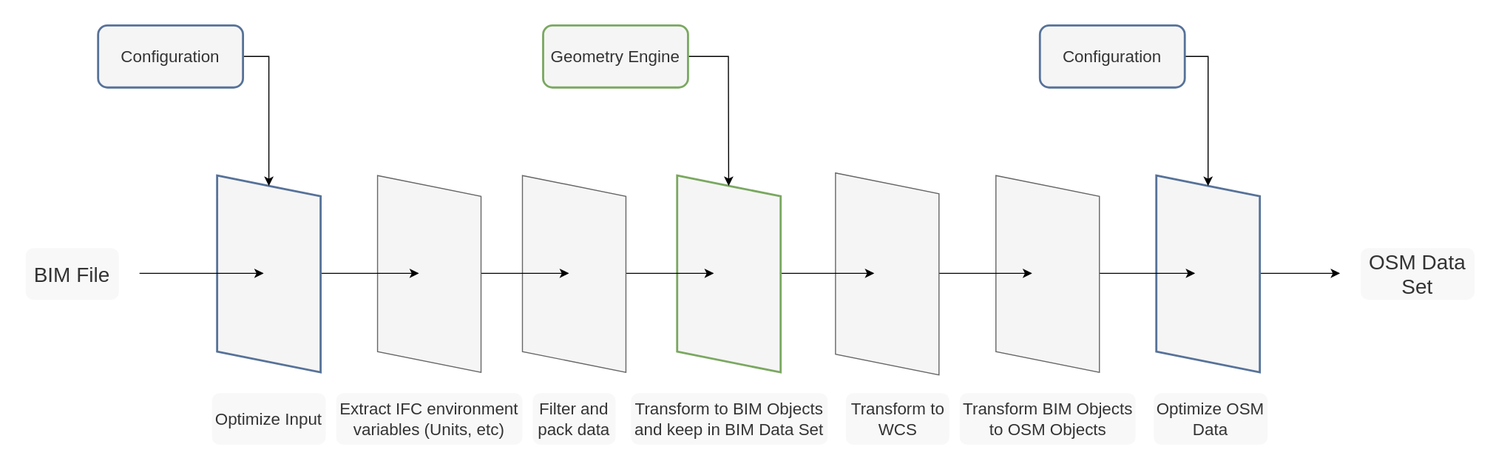
The draw.io diagram docs/parser_workflow.svg in rebeccasc/BIMtoOSM, before a commit. Source tidied: cells renumbered, new cells last; positions are measured from the earlier drawing's top-left corner, leaving out a move shared by most shapes. Its diagram source:
```xml
<mxGraphModel>
  <root>
    <mxCell id="0" />
    <mxCell id="1" parent="0" />
    <mxCell id="2" value="&lt;div style=&quot;font-size: 16px&quot;&gt;&lt;font style=&quot;font-size: 16px&quot;&gt;Extract IFC environment &lt;br&gt;&lt;/font&gt;&lt;/div&gt;&lt;div style=&quot;font-size: 16px&quot;&gt;&lt;font style=&quot;font-size: 16px&quot;&gt;variables (Units, etc)&lt;/font&gt;&lt;/div&gt;" style="rounded=1;whiteSpace=wrap;html=1;fillColor=#f5f5f5;fontColor=#333333;strokeWidth=2;strokeColor=none;opacity=70;" parent="1" vertex="1">
      <mxGeometry x="300" y="355" width="180" height="50" as="geometry" />
    </mxCell>
    <mxCell id="3" value="&lt;font style=&quot;font-size: 16px&quot;&gt;Optimize Input&lt;/font&gt;" style="rounded=1;whiteSpace=wrap;html=1;fillColor=#f5f5f5;fontColor=#333333;strokeWidth=2;strokeColor=none;opacity=70;" parent="1" vertex="1">
      <mxGeometry x="180" y="355" width="110" height="50" as="geometry" />
    </mxCell>
    <mxCell id="4" style="endArrow=classic;html=1;" parent="1" edge="1">
      <mxGeometry relative="1" as="geometry">
        <mxPoint x="1150" y="239.4" as="sourcePoint" />
        <mxPoint x="1270" y="239.4" as="targetPoint" />
      </mxGeometry>
    </mxCell>
    <mxCell id="5" style="shape=parallelogram;perimeter=parallelogramPerimeter;whiteSpace=wrap;html=1;fixedSize=1;rotation=90;fillColor=#f5f5f5;fontColor=#333333;strokeWidth=2;perimeterSpacing=0;strokeColor=#567299;" parent="1" vertex="1">
      <mxGeometry x="1047.5" y="190" width="190" height="100" as="geometry" />
    </mxCell>
    <mxCell id="6" style="endArrow=classic;html=1;" parent="1" edge="1">
      <mxGeometry relative="1" as="geometry">
        <mxPoint x="1010" y="239.4" as="sourcePoint" />
        <mxPoint x="1130" y="239.4" as="targetPoint" />
      </mxGeometry>
    </mxCell>
    <mxCell id="7" style="shape=parallelogram;perimeter=parallelogramPerimeter;whiteSpace=wrap;html=1;fixedSize=1;rotation=90;fillColor=#f5f5f5;strokeColor=#666666;fontColor=#333333;" parent="1" vertex="1">
      <mxGeometry x="892.5" y="190" width="190" height="100" as="geometry" />
    </mxCell>
    <mxCell id="8" style="endArrow=classic;html=1;" parent="1" edge="1">
      <mxGeometry relative="1" as="geometry">
        <mxPoint x="852.5" y="239.4" as="sourcePoint" />
        <mxPoint x="972.5" y="239.4" as="targetPoint" />
      </mxGeometry>
    </mxCell>
    <mxCell id="9" style="shape=parallelogram;perimeter=parallelogramPerimeter;whiteSpace=wrap;html=1;fixedSize=1;rotation=90;fillColor=#f5f5f5;strokeColor=#666666;fontColor=#333333;" parent="1" vertex="1">
      <mxGeometry x="735" y="190" width="195" height="100" as="geometry" />
    </mxCell>
    <mxCell id="10" style="endArrow=classic;html=1;" parent="1" edge="1">
      <mxGeometry relative="1" as="geometry">
        <mxPoint x="700" y="239.4" as="sourcePoint" />
        <mxPoint x="820" y="239.4" as="targetPoint" />
      </mxGeometry>
    </mxCell>
    <mxCell id="11" style="shape=parallelogram;perimeter=parallelogramPerimeter;whiteSpace=wrap;html=1;fixedSize=1;rotation=90;fillColor=#f5f5f5;fontColor=#333333;perimeterSpacing=0;strokeWidth=2;strokeColor=#7AA860;" parent="1" vertex="1">
      <mxGeometry x="584.5" y="190" width="190" height="100" as="geometry" />
    </mxCell>
    <mxCell id="12" style="endArrow=classic;html=1;" parent="1" edge="1">
      <mxGeometry relative="1" as="geometry">
        <mxPoint x="545" y="239.4" as="sourcePoint" />
        <mxPoint x="665" y="239.4" as="targetPoint" />
      </mxGeometry>
    </mxCell>
    <mxCell id="13" style="shape=parallelogram;perimeter=parallelogramPerimeter;whiteSpace=wrap;html=1;fixedSize=1;rotation=90;fillColor=#f5f5f5;strokeColor=#666666;fontColor=#333333;" parent="1" vertex="1">
      <mxGeometry x="435" y="190" width="190" height="100" as="geometry" />
    </mxCell>
    <mxCell id="14" style="endArrow=classic;html=1;" parent="1" edge="1">
      <mxGeometry relative="1" as="geometry">
        <mxPoint x="405" y="239.4" as="sourcePoint" />
        <mxPoint x="525" y="239.4" as="targetPoint" />
      </mxGeometry>
    </mxCell>
    <mxCell id="15" style="shape=parallelogram;perimeter=parallelogramPerimeter;whiteSpace=wrap;html=1;fixedSize=1;rotation=90;fillColor=#f5f5f5;strokeColor=#666666;fontColor=#333333;" parent="1" vertex="1">
      <mxGeometry x="295" y="190" width="190" height="100" as="geometry" />
    </mxCell>
    <mxCell id="16" style="endArrow=classic;html=1;" parent="1" edge="1">
      <mxGeometry relative="1" as="geometry">
        <mxPoint x="260" y="239.4" as="sourcePoint" />
        <mxPoint x="380" y="239.4" as="targetPoint" />
      </mxGeometry>
    </mxCell>
    <mxCell id="17" style="shape=parallelogram;perimeter=parallelogramPerimeter;whiteSpace=wrap;html=1;fixedSize=1;rotation=90;fillColor=#f5f5f5;fontColor=#333333;strokeWidth=2;strokeColor=#567299;" parent="1" vertex="1">
      <mxGeometry x="140" y="190" width="190" height="100" as="geometry" />
    </mxCell>
    <mxCell id="18" style="endArrow=classic;html=1;" parent="1" edge="1">
      <mxGeometry relative="1" as="geometry">
        <mxPoint x="110" y="239.4" as="sourcePoint" />
        <mxPoint x="230" y="239.4" as="targetPoint" />
      </mxGeometry>
    </mxCell>
    <mxCell id="19" style="edgeStyle=orthogonalEdgeStyle;rounded=0;jettySize=auto;html=1;exitX=1;exitY=0.5;exitDx=0;exitDy=0;" parent="1" edge="1" source="20" target="11">
      <mxGeometry relative="1" as="geometry">
        <Array as="points">
          <mxPoint x="679" y="30" />
        </Array>
      </mxGeometry>
    </mxCell>
    <mxCell id="20" value="&lt;font style=&quot;font-size: 16px&quot;&gt;Geometry Engine&lt;/font&gt;" style="rounded=1;whiteSpace=wrap;html=1;fillColor=#f5f5f5;fontColor=#333333;strokeWidth=2;strokeColor=#7AA860;" parent="1" vertex="1">
      <mxGeometry x="500" width="140" height="60" as="geometry" />
    </mxCell>
    <mxCell id="21" style="edgeStyle=orthogonalEdgeStyle;rounded=0;jettySize=auto;html=1;exitX=1;exitY=0.5;exitDx=0;exitDy=0;entryX=0;entryY=0.5;entryDx=0;entryDy=0;" parent="1" edge="1" source="22" target="17">
      <mxGeometry relative="1" as="geometry" />
    </mxCell>
    <mxCell id="22" value="&lt;font style=&quot;font-size: 16px&quot;&gt;Configuration&lt;/font&gt;" style="rounded=1;whiteSpace=wrap;html=1;fillColor=#f5f5f5;fontColor=#333333;strokeWidth=2;strokeColor=#567299;" parent="1" vertex="1">
      <mxGeometry x="70" width="140" height="60" as="geometry" />
    </mxCell>
    <mxCell id="23" style="edgeStyle=orthogonalEdgeStyle;rounded=0;jettySize=auto;html=1;entryX=0;entryY=0.5;entryDx=0;entryDy=0;exitX=1;exitY=0.5;exitDx=0;exitDy=0;" parent="1" edge="1" source="24" target="5">
      <mxGeometry relative="1" as="geometry" />
    </mxCell>
    <mxCell id="24" value="&lt;font style=&quot;font-size: 16px&quot;&gt;Configuration&lt;/font&gt;" style="rounded=1;whiteSpace=wrap;html=1;fillColor=#f5f5f5;fontColor=#333333;strokeWidth=2;strokeColor=#567299;" parent="1" vertex="1">
      <mxGeometry x="980" width="140" height="60" as="geometry" />
    </mxCell>
    <mxCell id="25" value="&lt;font style=&quot;font-size: 16px&quot;&gt;Filter and &lt;br&gt;pack data&lt;/font&gt;" style="rounded=1;whiteSpace=wrap;html=1;fillColor=#f5f5f5;fontColor=#333333;strokeWidth=2;strokeColor=none;opacity=70;" parent="1" vertex="1">
      <mxGeometry x="490" y="355" width="80" height="50" as="geometry" />
    </mxCell>
    <mxCell id="26" value="&lt;font style=&quot;font-size: 16px&quot;&gt;Transform to BIM Objects &lt;br&gt;and keep in BIM Data Set&lt;/font&gt;" style="rounded=1;whiteSpace=wrap;html=1;fillColor=#f5f5f5;fontColor=#333333;strokeWidth=2;strokeColor=none;opacity=70;" parent="1" vertex="1">
      <mxGeometry x="585" y="355" width="190" height="50" as="geometry" />
    </mxCell>
    <mxCell id="27" value="&lt;div&gt;&lt;font style=&quot;font-size: 16px&quot;&gt;Transform to &lt;br&gt;&lt;/font&gt;&lt;/div&gt;&lt;div&gt;&lt;font style=&quot;font-size: 16px&quot;&gt;WCS&lt;/font&gt;&lt;/div&gt;" style="rounded=1;whiteSpace=wrap;html=1;fillColor=#f5f5f5;fontColor=#333333;strokeWidth=2;strokeColor=none;opacity=70;" parent="1" vertex="1">
      <mxGeometry x="792.5" y="355" width="100" height="50" as="geometry" />
    </mxCell>
    <mxCell id="28" value="&lt;div style=&quot;font-size: 16px&quot;&gt;&lt;font style=&quot;font-size: 16px&quot;&gt;Transform BIM Objects &lt;br&gt;&lt;/font&gt;&lt;/div&gt;&lt;div style=&quot;font-size: 16px&quot;&gt;&lt;font style=&quot;font-size: 16px&quot;&gt;to OSM Objects&lt;br&gt;&lt;/font&gt;&lt;/div&gt;" style="rounded=1;whiteSpace=wrap;html=1;fillColor=#f5f5f5;fontColor=#333333;strokeWidth=2;strokeColor=none;opacity=70;" parent="1" vertex="1">
      <mxGeometry x="902.5" y="355" width="170" height="50" as="geometry" />
    </mxCell>
    <mxCell id="29" value="&lt;font style=&quot;font-size: 16px&quot;&gt;Optimize OSM &lt;br&gt;Data&lt;/font&gt;" style="rounded=1;whiteSpace=wrap;html=1;fillColor=#f5f5f5;fontColor=#333333;strokeWidth=2;strokeColor=none;opacity=70;" parent="1" vertex="1">
      <mxGeometry x="1090" y="355" width="110" height="50" as="geometry" />
    </mxCell>
    <mxCell id="30" value="&lt;div&gt;&lt;font style=&quot;font-size: 20px&quot;&gt;OSM Data &lt;br&gt;&lt;/font&gt;&lt;/div&gt;&lt;div&gt;&lt;font style=&quot;font-size: 20px&quot;&gt;Set&lt;/font&gt;&lt;/div&gt;" style="rounded=1;whiteSpace=wrap;html=1;fillColor=#f5f5f5;fontColor=#333333;strokeWidth=2;strokeColor=none;opacity=70;" parent="1" vertex="1">
      <mxGeometry x="1290" y="215" width="110" height="50" as="geometry" />
    </mxCell>
    <mxCell id="31" value="&lt;font style=&quot;font-size: 20px&quot;&gt;BIM File&lt;/font&gt;" style="rounded=1;whiteSpace=wrap;html=1;fillColor=#f5f5f5;fontColor=#333333;strokeWidth=2;strokeColor=none;opacity=70;" parent="1" vertex="1">
      <mxGeometry y="215" width="90" height="50" as="geometry" />
    </mxCell>
  </root>
</mxGraphModel>
```
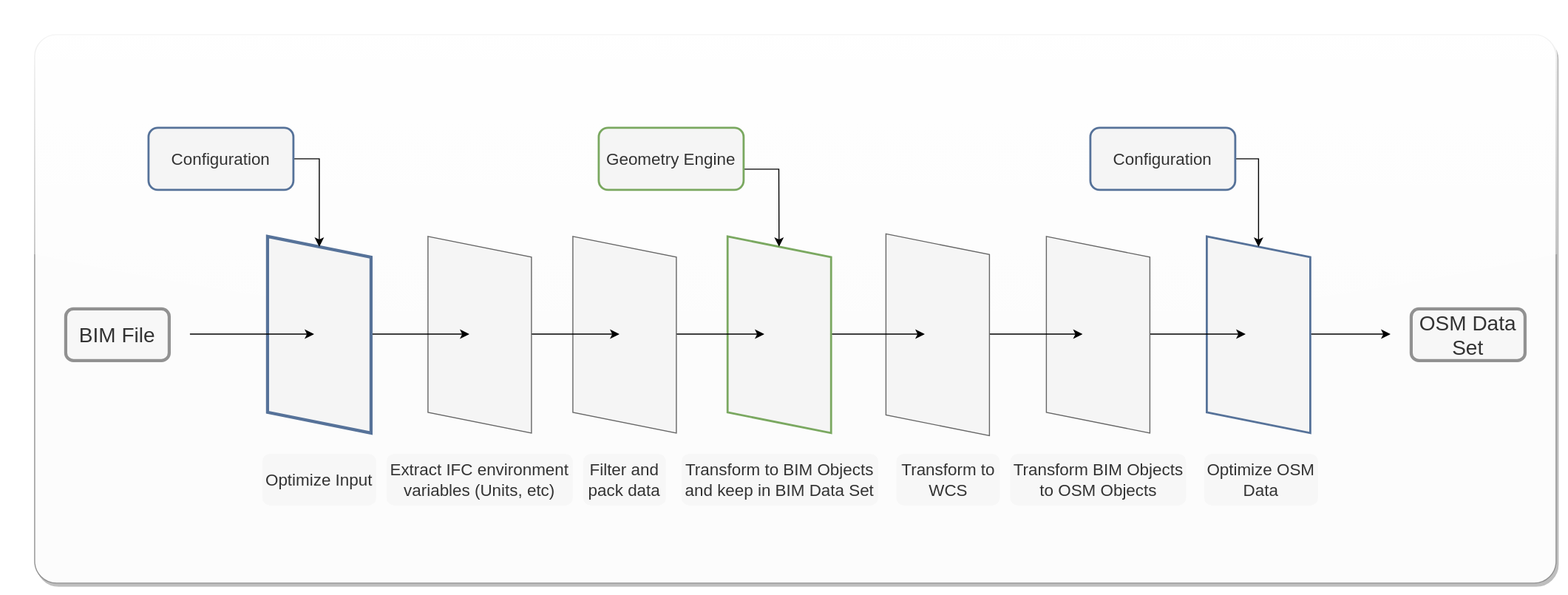
Later version of the same file.

Change to the diagram source:
```diff
@@ -2,6 +2,9 @@
   <root>
     <mxCell id="0" />
     <mxCell id="1" parent="0" />
+    <mxCell id="32" style="rounded=1;whiteSpace=wrap;html=1;arcSize=4;fontColor=#333333;fillColor=#FCFCFC;strokeColor=#919191;shadow=1;glass=1;" parent="1" vertex="1">
+      <mxGeometry x="-40" y="-50" width="1470" height="530" as="geometry" />
+    </mxCell>
     <mxCell id="2" value="&lt;div style=&quot;font-size: 16px&quot;&gt;&lt;font style=&quot;font-size: 16px&quot;&gt;Extract IFC environment &lt;br&gt;&lt;/font&gt;&lt;/div&gt;&lt;div style=&quot;font-size: 16px&quot;&gt;&lt;font style=&quot;font-size: 16px&quot;&gt;variables (Units, etc)&lt;/font&gt;&lt;/div&gt;" style="rounded=1;whiteSpace=wrap;html=1;fillColor=#f5f5f5;fontColor=#333333;strokeWidth=2;strokeColor=none;opacity=70;" parent="1" vertex="1">
       <mxGeometry x="300" y="355" width="180" height="50" as="geometry" />
     </mxCell>
@@ -68,7 +71,7 @@
         <mxPoint x="380" y="239.4" as="targetPoint" />
       </mxGeometry>
     </mxCell>
-    <mxCell id="17" style="shape=parallelogram;perimeter=parallelogramPerimeter;whiteSpace=wrap;html=1;fixedSize=1;rotation=90;fillColor=#f5f5f5;fontColor=#333333;strokeWidth=2;strokeColor=#567299;" parent="1" vertex="1">
+    <mxCell id="17" style="shape=parallelogram;perimeter=parallelogramPerimeter;whiteSpace=wrap;html=1;fixedSize=1;rotation=90;fillColor=#f5f5f5;fontColor=#333333;strokeWidth=3;strokeColor=#567299;" parent="1" vertex="1">
       <mxGeometry x="140" y="190" width="190" height="100" as="geometry" />
     </mxCell>
     <mxCell id="18" style="endArrow=classic;html=1;" parent="1" edge="1">
@@ -80,24 +83,24 @@
     <mxCell id="19" style="edgeStyle=orthogonalEdgeStyle;rounded=0;jettySize=auto;html=1;exitX=1;exitY=0.5;exitDx=0;exitDy=0;" parent="1" edge="1" source="20" target="11">
       <mxGeometry relative="1" as="geometry">
         <Array as="points">
-          <mxPoint x="679" y="30" />
+          <mxPoint x="679" y="80" />
         </Array>
       </mxGeometry>
     </mxCell>
     <mxCell id="20" value="&lt;font style=&quot;font-size: 16px&quot;&gt;Geometry Engine&lt;/font&gt;" style="rounded=1;whiteSpace=wrap;html=1;fillColor=#f5f5f5;fontColor=#333333;strokeWidth=2;strokeColor=#7AA860;" parent="1" vertex="1">
-      <mxGeometry x="500" width="140" height="60" as="geometry" />
+      <mxGeometry x="505" y="40" width="140" height="60" as="geometry" />
     </mxCell>
     <mxCell id="21" style="edgeStyle=orthogonalEdgeStyle;rounded=0;jettySize=auto;html=1;exitX=1;exitY=0.5;exitDx=0;exitDy=0;entryX=0;entryY=0.5;entryDx=0;entryDy=0;" parent="1" edge="1" source="22" target="17">
       <mxGeometry relative="1" as="geometry" />
     </mxCell>
     <mxCell id="22" value="&lt;font style=&quot;font-size: 16px&quot;&gt;Configuration&lt;/font&gt;" style="rounded=1;whiteSpace=wrap;html=1;fillColor=#f5f5f5;fontColor=#333333;strokeWidth=2;strokeColor=#567299;" parent="1" vertex="1">
-      <mxGeometry x="70" width="140" height="60" as="geometry" />
+      <mxGeometry x="70" y="40" width="140" height="60" as="geometry" />
     </mxCell>
     <mxCell id="23" style="edgeStyle=orthogonalEdgeStyle;rounded=0;jettySize=auto;html=1;entryX=0;entryY=0.5;entryDx=0;entryDy=0;exitX=1;exitY=0.5;exitDx=0;exitDy=0;" parent="1" edge="1" source="24" target="5">
       <mxGeometry relative="1" as="geometry" />
     </mxCell>
     <mxCell id="24" value="&lt;font style=&quot;font-size: 16px&quot;&gt;Configuration&lt;/font&gt;" style="rounded=1;whiteSpace=wrap;html=1;fillColor=#f5f5f5;fontColor=#333333;strokeWidth=2;strokeColor=#567299;" parent="1" vertex="1">
-      <mxGeometry x="980" width="140" height="60" as="geometry" />
+      <mxGeometry x="980" y="40" width="140" height="60" as="geometry" />
     </mxCell>
     <mxCell id="25" value="&lt;font style=&quot;font-size: 16px&quot;&gt;Filter and &lt;br&gt;pack data&lt;/font&gt;" style="rounded=1;whiteSpace=wrap;html=1;fillColor=#f5f5f5;fontColor=#333333;strokeWidth=2;strokeColor=none;opacity=70;" parent="1" vertex="1">
       <mxGeometry x="490" y="355" width="80" height="50" as="geometry" />
@@ -114,11 +117,11 @@
     <mxCell id="29" value="&lt;font style=&quot;font-size: 16px&quot;&gt;Optimize OSM &lt;br&gt;Data&lt;/font&gt;" style="rounded=1;whiteSpace=wrap;html=1;fillColor=#f5f5f5;fontColor=#333333;strokeWidth=2;strokeColor=none;opacity=70;" parent="1" vertex="1">
       <mxGeometry x="1090" y="355" width="110" height="50" as="geometry" />
     </mxCell>
-    <mxCell id="30" value="&lt;div&gt;&lt;font style=&quot;font-size: 20px&quot;&gt;OSM Data &lt;br&gt;&lt;/font&gt;&lt;/div&gt;&lt;div&gt;&lt;font style=&quot;font-size: 20px&quot;&gt;Set&lt;/font&gt;&lt;/div&gt;" style="rounded=1;whiteSpace=wrap;html=1;fillColor=#f5f5f5;fontColor=#333333;strokeWidth=2;strokeColor=none;opacity=70;" parent="1" vertex="1">
+    <mxCell id="30" value="&lt;div&gt;&lt;font style=&quot;font-size: 20px&quot;&gt;OSM Data &lt;br&gt;&lt;/font&gt;&lt;/div&gt;&lt;div&gt;&lt;font style=&quot;font-size: 20px&quot;&gt;Set&lt;/font&gt;&lt;/div&gt;" style="rounded=1;whiteSpace=wrap;html=1;strokeWidth=3;opacity=70;fillColor=#f5f5f5;strokeColor=#666666;fontColor=#333333;" parent="1" vertex="1">
       <mxGeometry x="1290" y="215" width="110" height="50" as="geometry" />
     </mxCell>
-    <mxCell id="31" value="&lt;font style=&quot;font-size: 20px&quot;&gt;BIM File&lt;/font&gt;" style="rounded=1;whiteSpace=wrap;html=1;fillColor=#f5f5f5;fontColor=#333333;strokeWidth=2;strokeColor=none;opacity=70;" parent="1" vertex="1">
-      <mxGeometry y="215" width="90" height="50" as="geometry" />
+    <mxCell id="31" value="&lt;font style=&quot;font-size: 20px&quot;&gt;BIM File&lt;/font&gt;" style="rounded=1;whiteSpace=wrap;html=1;strokeWidth=3;opacity=70;fillColor=#f5f5f5;strokeColor=#666666;fontColor=#333333;" parent="1" vertex="1">
+      <mxGeometry x="-10" y="215" width="100" height="50" as="geometry" />
     </mxCell>
   </root>
 </mxGraphModel>
```
